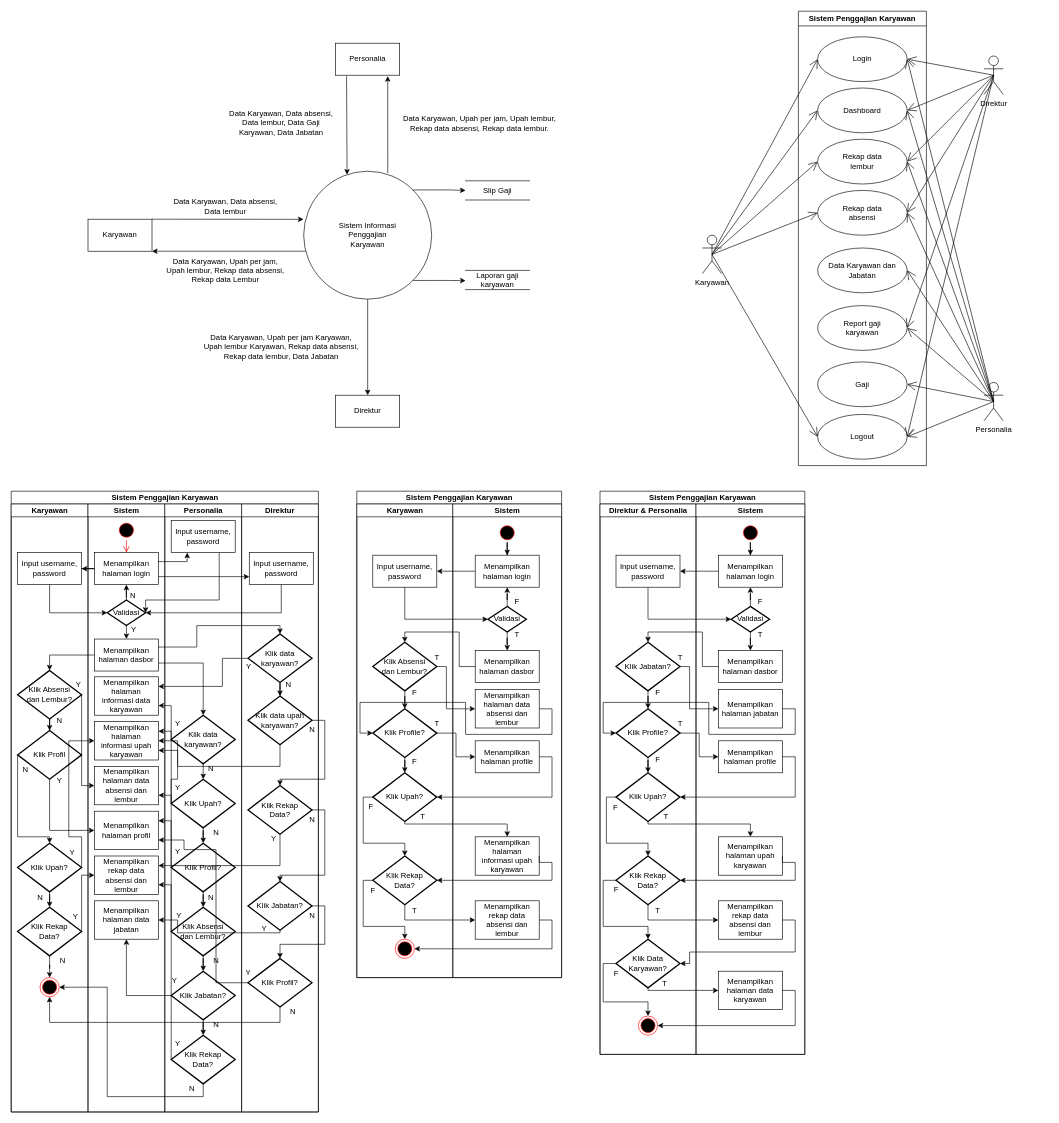
This is page "Halaman-1" (1 of 2) of DFD.drawio from dapzz-id/DrawIO, a draw.io file, before an edit. Source tidied: cells renumbered, new cells numbered last; positions are measured from the earlier drawing's top-left corner, leaving out a move shared by most shapes. Both pictures are drawn from the tidied source at 64%, with x=0, y=0 at pixel (11, 11).
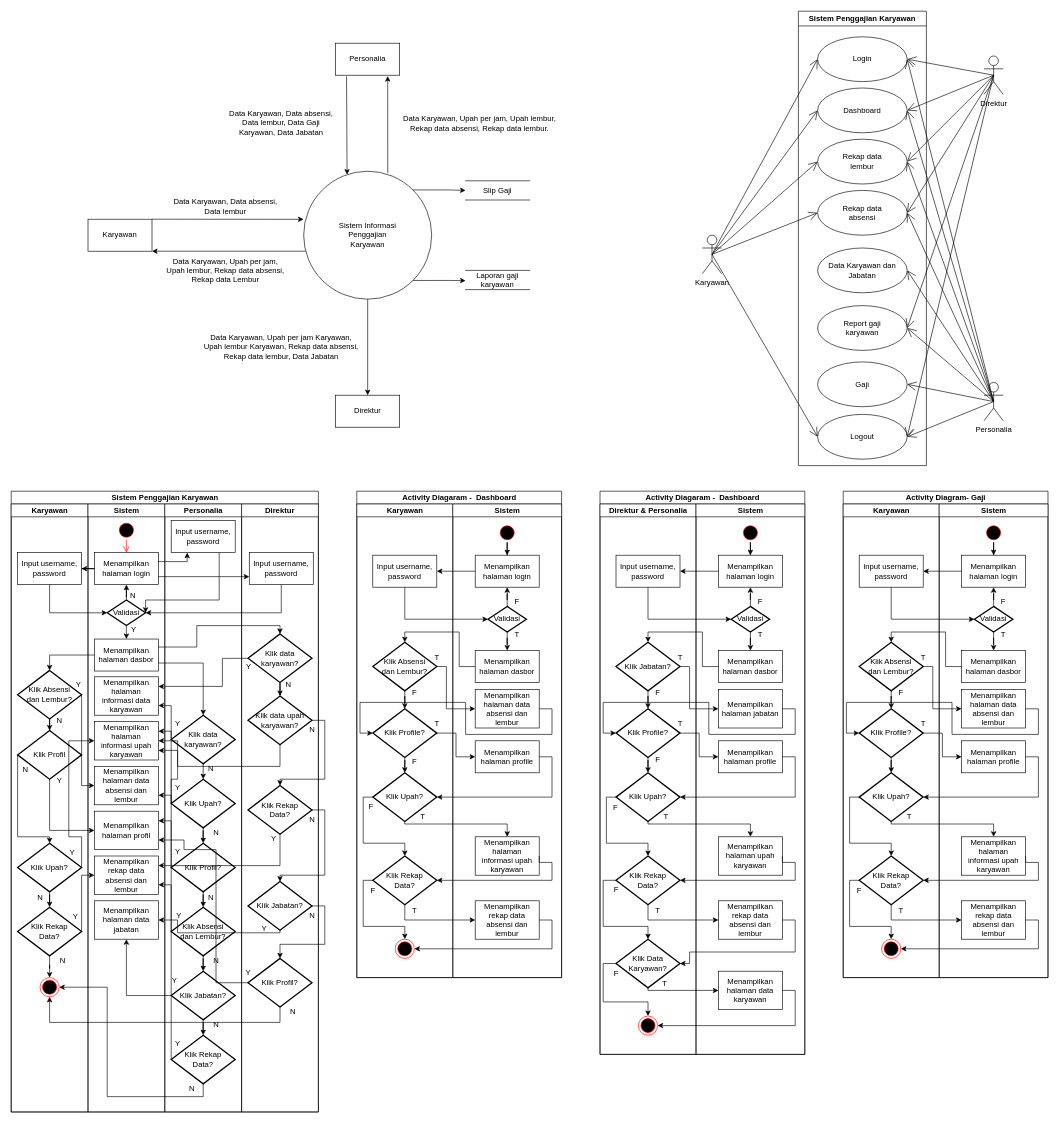
The same diagram, later.

Diff of the diagram source:
```diff
@@
-    <mxCell id="159" value="Sistem Penggajian Karyawan" style="swimlane;startSize=20;html=1;" parent="1" vertex="1">
+    <mxCell id="159" value="Activity Diagaram -&amp;nbsp; Dashboard" style="swimlane;startSize=20;html=1;" parent="1" vertex="1">
       <mxGeometry x="540" y="750" width="320" height="760" as="geometry" />
     </mxCell>
@@
-    <mxCell id="204" value="Sistem Penggajian Karyawan" style="swimlane;startSize=20;html=1;" parent="1" vertex="1">
+    <mxCell id="204" value="Activity Diagaram -&amp;nbsp; Dashboard" style="swimlane;startSize=20;html=1;" parent="1" vertex="1">
       <mxGeometry x="920" y="750" width="320" height="880" as="geometry" />
     </mxCell>
@@
+    <mxCell id="256" value="Activity Diagram- Gaji" style="swimlane;startSize=20;html=1;" parent="1" vertex="1">
+      <mxGeometry x="1300" y="750" width="320" height="760" as="geometry" />
+    </mxCell>
+    <mxCell id="257" value="Karyawan" style="swimlane;startSize=20;html=1;" parent="256" vertex="1">
+      <mxGeometry y="20" width="150" height="740" as="geometry" />
+    </mxCell>
+    <mxCell id="258" value="Input username, password" style="html=1;dashed=0;whiteSpace=wrap;" parent="257" vertex="1">
+      <mxGeometry x="25" y="80" width="100" height="50" as="geometry" />
+    </mxCell>
+    <mxCell id="259" style="edgeStyle=orthogonalEdgeStyle;rounded=0;jettySize=auto;html=1;" parent="257" edge="1" source="260" target="262">
+      <mxGeometry relative="1" as="geometry" />
+    </mxCell>
+    <mxCell id="260" value="Klik Absensi&lt;div&gt;dan Lembur?&lt;/div&gt;" style="strokeWidth=2;html=1;shape=mxgraph.flowchart.decision;whiteSpace=wrap;" parent="257" vertex="1">
+      <mxGeometry x="25" y="216" width="100" height="76" as="geometry" />
+    </mxCell>
+    <mxCell id="261" style="edgeStyle=orthogonalEdgeStyle;rounded=0;jettySize=auto;html=1;" parent="257" edge="1" source="262" target="263">
+      <mxGeometry relative="1" as="geometry" />
+    </mxCell>
+    <mxCell id="262" value="Klik Profile?" style="strokeWidth=2;html=1;shape=mxgraph.flowchart.decision;whiteSpace=wrap;" parent="257" vertex="1">
+      <mxGeometry x="25" y="320" width="100" height="76" as="geometry" />
+    </mxCell>
+    <mxCell id="263" value="Klik Upah?" style="strokeWidth=2;html=1;shape=mxgraph.flowchart.decision;whiteSpace=wrap;" parent="257" vertex="1">
+      <mxGeometry x="25" y="420" width="100" height="76" as="geometry" />
+    </mxCell>
+    <mxCell id="264" value="T" style="text;html=1;align=center;verticalAlign=middle;strokeColor=none;fillColor=none;" parent="257" vertex="1">
+      <mxGeometry x="110" y="328" width="30" height="30" as="geometry" />
+    </mxCell>
+    <mxCell id="265" value="T" style="text;html=1;align=center;verticalAlign=middle;strokeColor=none;fillColor=none;" parent="257" vertex="1">
+      <mxGeometry x="88" y="474" width="30" height="30" as="geometry" />
+    </mxCell>
+    <mxCell id="266" style="edgeStyle=orthogonalEdgeStyle;rounded=0;jettySize=auto;html=1;exitX=0;exitY=0.5;exitDx=0;exitDy=0;exitPerimeter=0;entryX=0.5;entryY=0;entryDx=0;entryDy=0;" parent="257" edge="1" source="267" target="270">
+      <mxGeometry relative="1" as="geometry">
+        <Array as="points">
+          <mxPoint x="10" y="588" />
+          <mxPoint x="10" y="660" />
+          <mxPoint x="75" y="660" />
+        </Array>
+      </mxGeometry>
+    </mxCell>
+    <mxCell id="267" value="Klik Rekap&lt;div&gt;Data?&lt;/div&gt;" style="strokeWidth=2;html=1;shape=mxgraph.flowchart.decision;whiteSpace=wrap;" parent="257" vertex="1">
+      <mxGeometry x="25" y="550" width="100" height="76" as="geometry" />
+    </mxCell>
+    <mxCell id="268" style="edgeStyle=orthogonalEdgeStyle;rounded=0;jettySize=auto;html=1;exitX=0;exitY=0.5;exitDx=0;exitDy=0;exitPerimeter=0;entryX=0.5;entryY=0;entryDx=0;entryDy=0;entryPerimeter=0;" parent="257" edge="1" source="263" target="267">
+      <mxGeometry relative="1" as="geometry">
+        <Array as="points">
+          <mxPoint x="10" y="458" />
+          <mxPoint x="10" y="530" />
+          <mxPoint x="75" y="530" />
+        </Array>
+      </mxGeometry>
+    </mxCell>
+    <mxCell id="269" value="T" style="text;html=1;align=center;verticalAlign=middle;strokeColor=none;fillColor=none;" parent="257" vertex="1">
+      <mxGeometry x="75" y="620" width="30" height="30" as="geometry" />
+    </mxCell>
+    <mxCell id="270" style="ellipse;html=1;shape=endState;fillColor=#000000;strokeColor=#ff0000;" parent="257" vertex="1">
+      <mxGeometry x="60" y="680" width="30" height="30" as="geometry" />
+    </mxCell>
+    <mxCell id="271" value="F" style="text;html=1;align=center;verticalAlign=middle;strokeColor=none;fillColor=none;" parent="257" vertex="1">
+      <mxGeometry x="75" y="280" width="30" height="30" as="geometry" />
+    </mxCell>
+    <mxCell id="272" value="F" style="text;html=1;align=center;verticalAlign=middle;strokeColor=none;fillColor=none;" parent="257" vertex="1">
+      <mxGeometry x="10" y="590" width="30" height="30" as="geometry" />
+    </mxCell>
+    <mxCell id="273" value="T" style="text;html=1;align=center;verticalAlign=middle;strokeColor=none;fillColor=none;" parent="257" vertex="1">
+      <mxGeometry x="110" y="226" width="30" height="30" as="geometry" />
+    </mxCell>
+    <mxCell id="274" value="Sistem" style="swimlane;startSize=20;html=1;" parent="256" vertex="1">
+      <mxGeometry x="150" y="20" width="170" height="740" as="geometry" />
+    </mxCell>
+    <mxCell id="275" style="edgeStyle=orthogonalEdgeStyle;rounded=0;jettySize=auto;html=1;" parent="274" edge="1" source="276" target="277">
+      <mxGeometry relative="1" as="geometry" />
+    </mxCell>
+    <mxCell id="276" style="ellipse;html=1;shape=startState;fillColor=#000000;strokeColor=#ff0000;" parent="274" vertex="1">
+      <mxGeometry x="70" y="30" width="30" height="30" as="geometry" />
+    </mxCell>
+    <mxCell id="277" value="Menampilkan&lt;div&gt;halaman login&lt;/div&gt;" style="html=1;dashed=0;whiteSpace=wrap;" parent="274" vertex="1">
+      <mxGeometry x="35" y="80" width="100" height="50" as="geometry" />
+    </mxCell>
+    <mxCell id="278" style="edgeStyle=orthogonalEdgeStyle;rounded=0;jettySize=auto;html=1;" parent="274" edge="1" source="280" target="277">
+      <mxGeometry relative="1" as="geometry" />
+    </mxCell>
+    <mxCell id="279" style="edgeStyle=orthogonalEdgeStyle;rounded=0;jettySize=auto;html=1;" parent="274" edge="1" source="280" target="282">
+      <mxGeometry relative="1" as="geometry" />
+    </mxCell>
+    <mxCell id="280" value="Validasi" style="strokeWidth=2;html=1;shape=mxgraph.flowchart.decision;whiteSpace=wrap;" parent="274" vertex="1">
+      <mxGeometry x="55" y="160" width="60" height="40" as="geometry" />
+    </mxCell>
+    <mxCell id="281" value="F" style="text;html=1;align=center;verticalAlign=middle;strokeColor=none;fillColor=none;" parent="274" vertex="1">
+      <mxGeometry x="85" y="138" width="30" height="30" as="geometry" />
+    </mxCell>
+    <mxCell id="282" value="Menampilkan&lt;div&gt;halaman dasbor&lt;/div&gt;" style="html=1;dashed=0;whiteSpace=wrap;" parent="274" vertex="1">
+      <mxGeometry x="35" y="229" width="100" height="50" as="geometry" />
+    </mxCell>
+    <mxCell id="283" value="T" style="text;html=1;align=center;verticalAlign=middle;strokeColor=none;fillColor=none;" parent="274" vertex="1">
+      <mxGeometry x="85" y="190" width="30" height="30" as="geometry" />
+    </mxCell>
+    <mxCell id="284" value="Menampilkan&lt;div&gt;halaman profile&lt;/div&gt;" style="html=1;dashed=0;whiteSpace=wrap;" parent="274" vertex="1">
+      <mxGeometry x="35" y="370" width="100" height="50" as="geometry" />
+    </mxCell>
+    <mxCell id="285" value="Menampilkan&lt;div&gt;halaman informasi upah&lt;/div&gt;&lt;div&gt;karyawan&lt;/div&gt;" style="html=1;dashed=0;whiteSpace=wrap;" parent="274" vertex="1">
+      <mxGeometry x="35" y="520" width="100" height="60" as="geometry" />
+    </mxCell>
+    <mxCell id="286" value="Menampilkan rekap data absensi dan lembur" style="html=1;dashed=0;whiteSpace=wrap;" parent="274" vertex="1">
+      <mxGeometry x="35" y="620" width="100" height="60" as="geometry" />
+    </mxCell>
+    <mxCell id="287" value="Menampilkan&lt;div&gt;halaman data absensi dan lembur&lt;/div&gt;" style="html=1;dashed=0;whiteSpace=wrap;" parent="274" vertex="1">
+      <mxGeometry x="35" y="290" width="100" height="60" as="geometry" />
+    </mxCell>
+    <mxCell id="288" style="edgeStyle=orthogonalEdgeStyle;rounded=0;jettySize=auto;html=1;" parent="256" edge="1" source="277" target="258">
+      <mxGeometry relative="1" as="geometry" />
+    </mxCell>
+    <mxCell id="289" style="edgeStyle=orthogonalEdgeStyle;rounded=0;jettySize=auto;html=1;exitX=0.5;exitY=1;exitDx=0;exitDy=0;entryX=0;entryY=0.5;entryDx=0;entryDy=0;entryPerimeter=0;" parent="256" edge="1" source="258" target="280">
+      <mxGeometry relative="1" as="geometry" />
+    </mxCell>
+    <mxCell id="290" style="edgeStyle=orthogonalEdgeStyle;rounded=0;jettySize=auto;html=1;" parent="256" edge="1" source="262" target="284">
+      <mxGeometry relative="1" as="geometry" />
+    </mxCell>
+    <mxCell id="291" style="edgeStyle=orthogonalEdgeStyle;rounded=0;jettySize=auto;html=1;exitX=1;exitY=0.5;exitDx=0;exitDy=0;entryX=1;entryY=0.5;entryDx=0;entryDy=0;entryPerimeter=0;" parent="256" edge="1" source="284" target="263">
+      <mxGeometry relative="1" as="geometry" />
+    </mxCell>
+    <mxCell id="292" style="edgeStyle=orthogonalEdgeStyle;rounded=0;jettySize=auto;html=1;exitX=0.5;exitY=1;exitDx=0;exitDy=0;exitPerimeter=0;entryX=0.5;entryY=0;entryDx=0;entryDy=0;" parent="256" edge="1" source="263" target="285">
+      <mxGeometry relative="1" as="geometry">
+        <Array as="points">
+          <mxPoint x="75" y="520" />
+          <mxPoint x="235" y="520" />
+        </Array>
+      </mxGeometry>
+    </mxCell>
+    <mxCell id="293" style="edgeStyle=orthogonalEdgeStyle;rounded=0;jettySize=auto;html=1;exitX=0;exitY=0.5;exitDx=0;exitDy=0;entryX=0.5;entryY=0;entryDx=0;entryDy=0;entryPerimeter=0;" parent="256" edge="1" source="282" target="260">
+      <mxGeometry relative="1" as="geometry">
+        <Array as="points">
+          <mxPoint x="160" y="274" />
+          <mxPoint x="160" y="220" />
+          <mxPoint x="75" y="220" />
+        </Array>
+      </mxGeometry>
+    </mxCell>
+    <mxCell id="294" style="edgeStyle=orthogonalEdgeStyle;rounded=0;jettySize=auto;html=1;exitX=1;exitY=0.5;exitDx=0;exitDy=0;exitPerimeter=0;entryX=0;entryY=0.5;entryDx=0;entryDy=0;" parent="256" edge="1" source="260" target="287">
+      <mxGeometry relative="1" as="geometry">
+        <Array as="points">
+          <mxPoint x="140" y="274" />
+          <mxPoint x="140" y="340" />
+        </Array>
+      </mxGeometry>
+    </mxCell>
+    <mxCell id="295" style="edgeStyle=orthogonalEdgeStyle;rounded=0;jettySize=auto;html=1;exitX=1;exitY=0.5;exitDx=0;exitDy=0;entryX=0;entryY=0.5;entryDx=0;entryDy=0;entryPerimeter=0;" parent="256" edge="1" source="287" target="262">
+      <mxGeometry relative="1" as="geometry">
+        <Array as="points">
+          <mxPoint x="305" y="340" />
+          <mxPoint x="305" y="380" />
+          <mxPoint x="170" y="380" />
+          <mxPoint x="170" y="330" />
+          <mxPoint x="5" y="330" />
+          <mxPoint x="5" y="378" />
+        </Array>
+      </mxGeometry>
+    </mxCell>
+    <mxCell id="296" style="edgeStyle=orthogonalEdgeStyle;rounded=0;jettySize=auto;html=1;exitX=1;exitY=0.5;exitDx=0;exitDy=0;entryX=1;entryY=0.5;entryDx=0;entryDy=0;entryPerimeter=0;" parent="256" edge="1" source="285" target="267">
+      <mxGeometry relative="1" as="geometry">
+        <Array as="points">
+          <mxPoint x="285" y="580" />
+          <mxPoint x="305" y="580" />
+          <mxPoint x="305" y="608" />
+        </Array>
+      </mxGeometry>
+    </mxCell>
+    <mxCell id="297" style="edgeStyle=orthogonalEdgeStyle;rounded=0;jettySize=auto;html=1;exitX=0.5;exitY=1;exitDx=0;exitDy=0;exitPerimeter=0;entryX=0;entryY=0.5;entryDx=0;entryDy=0;" parent="256" edge="1" source="267" target="286">
+      <mxGeometry relative="1" as="geometry" />
+    </mxCell>
+    <mxCell id="298" style="edgeStyle=orthogonalEdgeStyle;rounded=0;jettySize=auto;html=1;exitX=1;exitY=0.5;exitDx=0;exitDy=0;entryX=1;entryY=0.5;entryDx=0;entryDy=0;" parent="256" edge="1" source="286" target="270">
+      <mxGeometry relative="1" as="geometry">
+        <Array as="points">
+          <mxPoint x="305" y="670" />
+          <mxPoint x="305" y="715" />
+        </Array>
+      </mxGeometry>
+    </mxCell>
```
